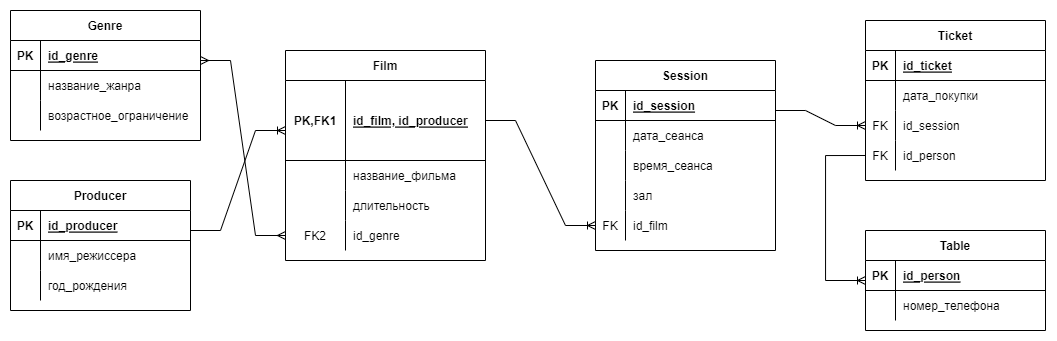
Above: Cinema.drawio.png in Kolesa-Education/kolesa-upgrade-homework-4 (draw.io), before the change. Source tidied: cells renumbered, new cells last; positions are measured from the earlier drawing's top-left corner, leaving out a move shared by most shapes.
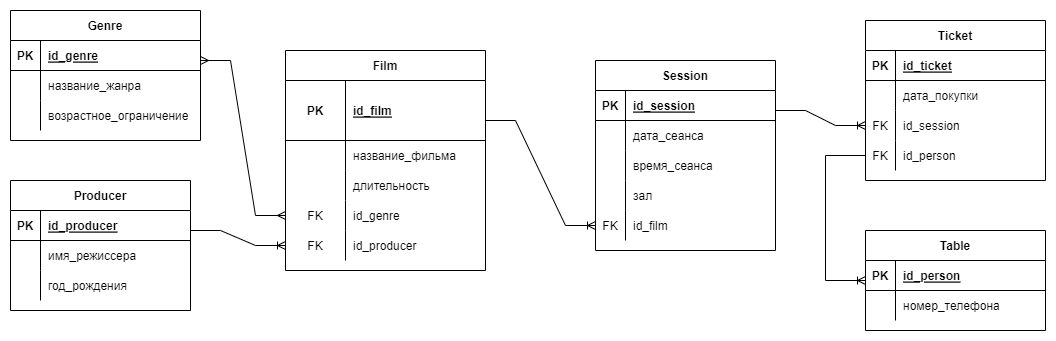
Above is the later version.

Commit message:
homework 4.1 fixed mistake

Change to the diagram source:
```diff
@@ -63,19 +63,19 @@
       <mxGeometry x="30" width="150" height="30" as="geometry" />
     </mxCell>
     <mxCell id="22" value="Film" style="shape=table;startSize=30;rowLines=0;fontStyle=1;align=center;" parent="1" vertex="1">
-      <mxGeometry x="275" y="40" width="200" height="210" as="geometry" />
+      <mxGeometry x="275" y="40" width="200" height="220" as="geometry" />
     </mxCell>
     <mxCell id="23" style="shape=tableRow;horizontal=0;startSize=0;swimlaneHead=0;swimlaneBody=0;fillColor=none;top=0;left=0;right=0;bottom=1;" parent="22" vertex="1">
-      <mxGeometry y="30" width="200" height="80" as="geometry" />
+      <mxGeometry y="30" width="200" height="60" as="geometry" />
     </mxCell>
-    <mxCell id="24" value="PK,FK1" style="shape=partialRectangle;fillColor=none;top=0;left=0;bottom=0;right=0;fontStyle=1;overflow=hidden;" parent="23" vertex="1">
-      <mxGeometry width="60" height="80" as="geometry" />
+    <mxCell id="24" value="PK" style="shape=partialRectangle;fillColor=none;top=0;left=0;bottom=0;right=0;fontStyle=1;overflow=hidden;" parent="23" vertex="1">
+      <mxGeometry width="60" height="60" as="geometry" />
     </mxCell>
-    <mxCell id="25" value="id_film, id_producer" style="shape=partialRectangle;fillColor=none;top=0;left=0;bottom=0;right=0;align=left;spacingLeft=6;fontStyle=5;overflow=hidden;" parent="23" vertex="1">
-      <mxGeometry x="60" width="140" height="80" as="geometry" />
+    <mxCell id="25" value="id_film" style="shape=partialRectangle;fillColor=none;top=0;left=0;bottom=0;right=0;align=left;spacingLeft=6;fontStyle=5;overflow=hidden;" parent="23" vertex="1">
+      <mxGeometry x="60" width="140" height="60" as="geometry" />
     </mxCell>
     <mxCell id="26" style="shape=tableRow;horizontal=0;startSize=0;swimlaneHead=0;swimlaneBody=0;fillColor=none;top=0;left=0;right=0;bottom=0;" parent="22" vertex="1">
-      <mxGeometry y="110" width="200" height="30" as="geometry" />
+      <mxGeometry y="90" width="200" height="30" as="geometry" />
     </mxCell>
     <mxCell id="27" style="shape=partialRectangle;fillColor=none;top=0;left=0;bottom=0;right=0;overflow=hidden;" parent="26" vertex="1">
       <mxGeometry width="60" height="30" as="geometry" />
@@ -84,7 +84,7 @@
       <mxGeometry x="60" width="140" height="30" as="geometry" />
     </mxCell>
     <mxCell id="29" style="shape=tableRow;horizontal=0;startSize=0;swimlaneHead=0;swimlaneBody=0;fillColor=none;top=0;left=0;right=0;bottom=0;" parent="22" vertex="1">
-      <mxGeometry y="140" width="200" height="30" as="geometry" />
+      <mxGeometry y="120" width="200" height="30" as="geometry" />
     </mxCell>
     <mxCell id="30" style="shape=partialRectangle;fillColor=none;top=0;left=0;bottom=0;right=0;overflow=hidden;" parent="29" vertex="1">
       <mxGeometry width="60" height="30" as="geometry" />
@@ -93,14 +93,23 @@
       <mxGeometry x="60" width="140" height="30" as="geometry" />
     </mxCell>
     <mxCell id="32" style="shape=tableRow;horizontal=0;startSize=0;swimlaneHead=0;swimlaneBody=0;fillColor=none;points=[[0,0.5],[1,0.5]];portConstraint=eastwest;top=0;left=0;right=0;bottom=0;" parent="22" vertex="1">
-      <mxGeometry y="170" width="200" height="30" as="geometry" />
+      <mxGeometry y="150" width="200" height="30" as="geometry" />
     </mxCell>
-    <mxCell id="33" value="FK2" style="shape=partialRectangle;fillColor=none;top=0;left=0;bottom=0;right=0;overflow=hidden;" parent="32" vertex="1">
+    <mxCell id="33" value="FK" style="shape=partialRectangle;fillColor=none;top=0;left=0;bottom=0;right=0;overflow=hidden;" parent="32" vertex="1">
       <mxGeometry width="60" height="30" as="geometry" />
     </mxCell>
     <mxCell id="34" value="id_genre" style="shape=partialRectangle;fillColor=none;top=0;left=0;bottom=0;right=0;align=left;spacingLeft=6;overflow=hidden;" parent="32" vertex="1">
       <mxGeometry x="60" width="140" height="30" as="geometry" />
     </mxCell>
+    <mxCell id="76" style="shape=tableRow;horizontal=0;startSize=0;swimlaneHead=0;swimlaneBody=0;fillColor=none;points=[[0,0.5],[1,0.5]];portConstraint=eastwest;top=0;left=0;right=0;bottom=0;" parent="22" vertex="1">
+      <mxGeometry y="180" width="200" height="30" as="geometry" />
+    </mxCell>
+    <mxCell id="77" value="FK" style="shape=partialRectangle;fillColor=none;top=0;left=0;bottom=0;right=0;overflow=hidden;" parent="76" vertex="1">
+      <mxGeometry width="60" height="30" as="geometry" />
+    </mxCell>
+    <mxCell id="78" value="id_producer" style="shape=partialRectangle;fillColor=none;top=0;left=0;bottom=0;right=0;align=left;spacingLeft=6;overflow=hidden;" parent="76" vertex="1">
+      <mxGeometry x="60" width="140" height="30" as="geometry" />
+    </mxCell>
     <mxCell id="35" value="Session" style="shape=table;startSize=30;rowLines=0;fontStyle=1;align=center;" parent="1" vertex="1">
       <mxGeometry x="585" y="50" width="180" height="190" as="geometry" />
     </mxCell>
@@ -214,10 +223,9 @@
         <mxPoint x="190" y="50" as="sourcePoint" />
       </mxGeometry>
     </mxCell>
-    <mxCell id="72" style="edgeStyle=entityRelationEdgeStyle;fontSize=12;html=1;endArrow=ERoneToMany;rounded=0;" parent="1" edge="1">
+    <mxCell id="72" style="edgeStyle=entityRelationEdgeStyle;fontSize=12;html=1;endArrow=ERoneToMany;rounded=0;entryX=0;entryY=0.5;entryDx=0;entryDy=0;" parent="1" edge="1" target="76">
       <mxGeometry relative="1" as="geometry">
         <mxPoint x="180" y="220" as="sourcePoint" />
-        <mxPoint x="275" y="120" as="targetPoint" />
       </mxGeometry>
     </mxCell>
     <mxCell id="73" style="edgeStyle=entityRelationEdgeStyle;fontSize=12;html=1;endArrow=ERoneToMany;rounded=0;entryX=0;entryY=0.5;entryDx=0;entryDy=0;" parent="1" edge="1" target="48">
```
